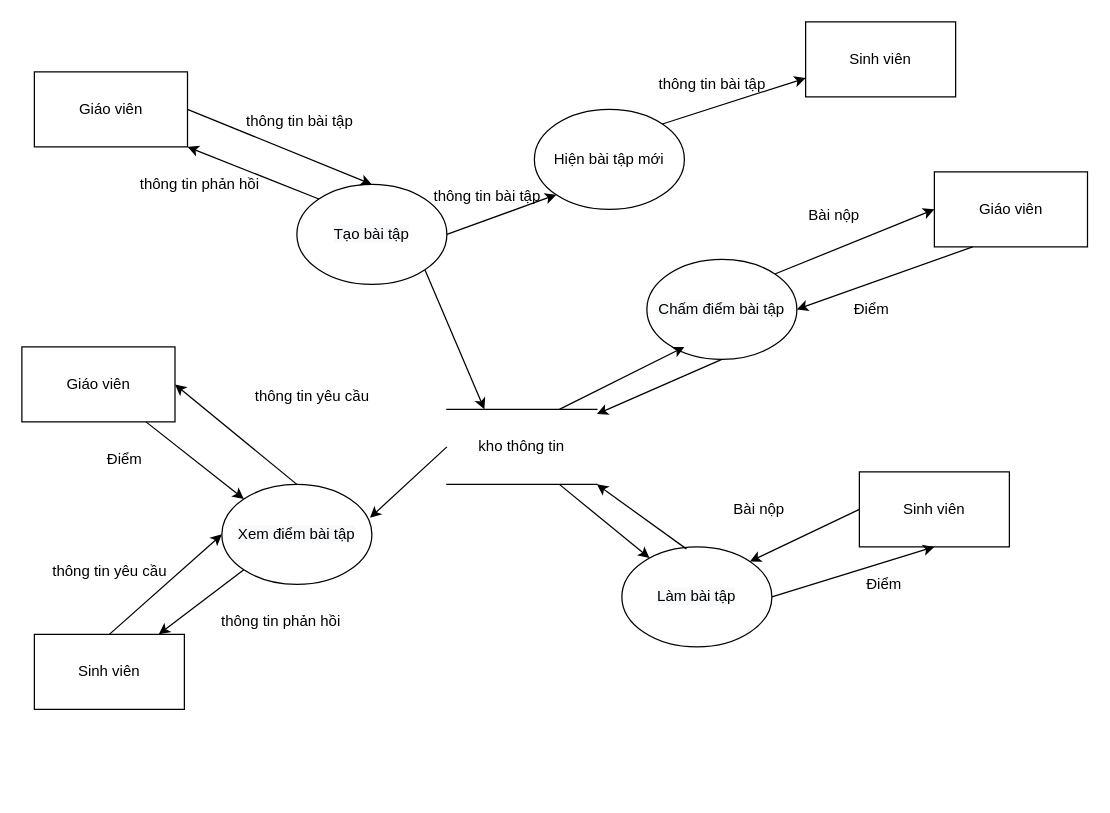
Above: Baocao/dfdduoidinhbaitap.drawio in haupham809/DoAnTotNghiep (draw.io), before the change. Source tidied: cells renumbered, new cells numbered last; positions are measured from the earlier drawing's top-left corner, leaving out a move shared by most shapes. Both pictures are drawn from the tidied source at 125%, with x=0, y=0 at pixel (21, 21).
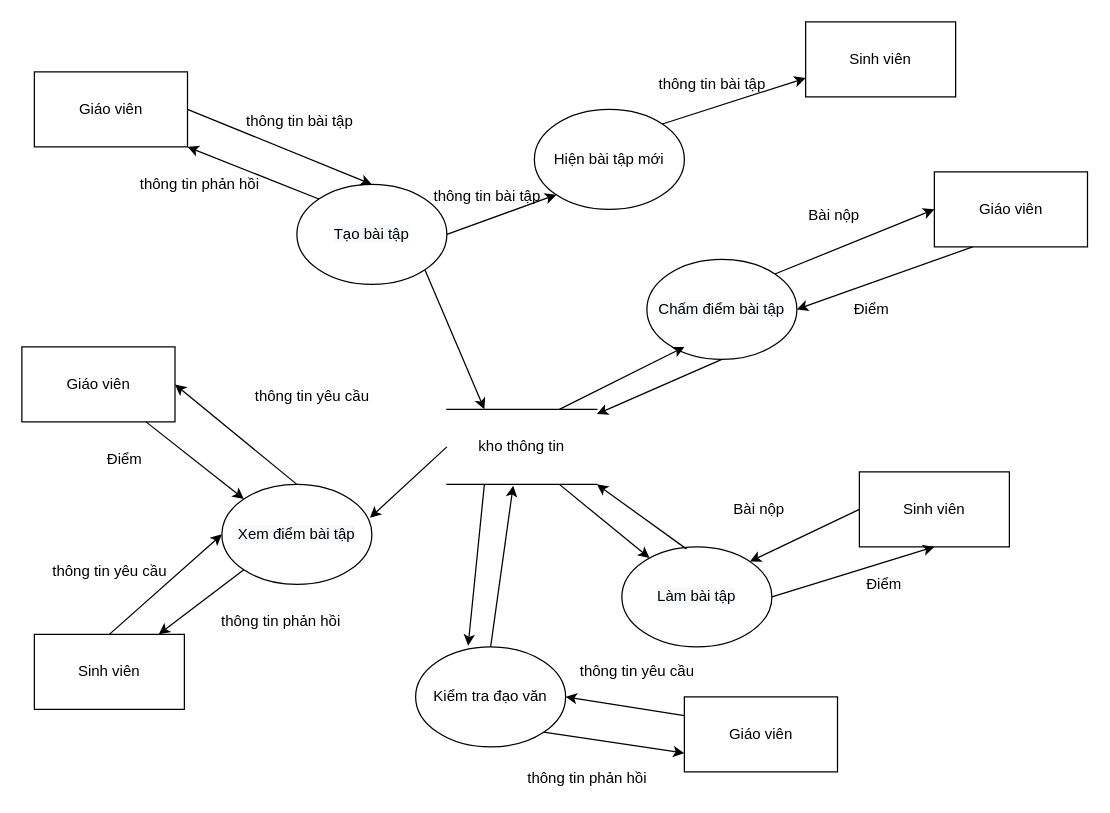
Above is the later version.

The change refers to these unchanged cells:
```xml
<mxCell id="6" value="kho thông tin" style="shape=partialRectangle;whiteSpace=wrap;html=1;left=0;right=0;fillColor=none;" parent="1" vertex="1">
  <mxGeometry x="340" y="310" width="120" height="60" as="geometry" />
</mxCell>
```

Change to the diagram source:
```diff
@@
+    <mxCell id="44" value="Kiểm tra đạo văn" style="ellipse;whiteSpace=wrap;html=1;" parent="1" vertex="1">
+      <mxGeometry x="315" y="500" width="120" height="80" as="geometry" />
+    </mxCell>
+    <mxCell id="45" value="Giáo viên" style="rounded=0;whiteSpace=wrap;html=1;" parent="1" vertex="1">
+      <mxGeometry x="530" y="540" width="122.5" height="60" as="geometry" />
+    </mxCell>
+    <mxCell id="46" style="endArrow=classic;html=1;exitX=0.25;exitY=1;exitDx=0;exitDy=0;entryX=0.35;entryY=-0.012;entryDx=0;entryDy=0;entryPerimeter=0;" parent="1" edge="1" source="6" target="44">
+      <mxGeometry relative="1" as="geometry" />
+    </mxCell>
+    <mxCell id="47" style="endArrow=classic;html=1;entryX=0.442;entryY=1.017;entryDx=0;entryDy=0;entryPerimeter=0;exitX=0.5;exitY=0;exitDx=0;exitDy=0;" parent="1" edge="1" source="44" target="6">
+      <mxGeometry relative="1" as="geometry" />
+    </mxCell>
+    <mxCell id="48" style="endArrow=classic;html=1;entryX=0;entryY=0.75;entryDx=0;entryDy=0;exitX=1;exitY=1;exitDx=0;exitDy=0;" parent="1" edge="1" source="44" target="45">
+      <mxGeometry relative="1" as="geometry" />
+    </mxCell>
+    <mxCell id="49" style="endArrow=classic;html=1;entryX=1;entryY=0.5;entryDx=0;entryDy=0;exitX=0;exitY=0.25;exitDx=0;exitDy=0;" parent="1" edge="1" source="45" target="44">
+      <mxGeometry relative="1" as="geometry" />
+    </mxCell>
+    <mxCell id="50" value="thông tin yêu cầu" style="text;html=1;strokeColor=none;fillColor=none;align=center;verticalAlign=middle;whiteSpace=wrap;rounded=0;" parent="1" vertex="1">
+      <mxGeometry x="430" y="510" width="125" height="20" as="geometry" />
+    </mxCell>
+    <mxCell id="51" value="thông tin phản hồi" style="text;html=1;strokeColor=none;fillColor=none;align=center;verticalAlign=middle;whiteSpace=wrap;rounded=0;" parent="1" vertex="1">
+      <mxGeometry x="390" y="595" width="125" height="20" as="geometry" />
+    </mxCell>
```
